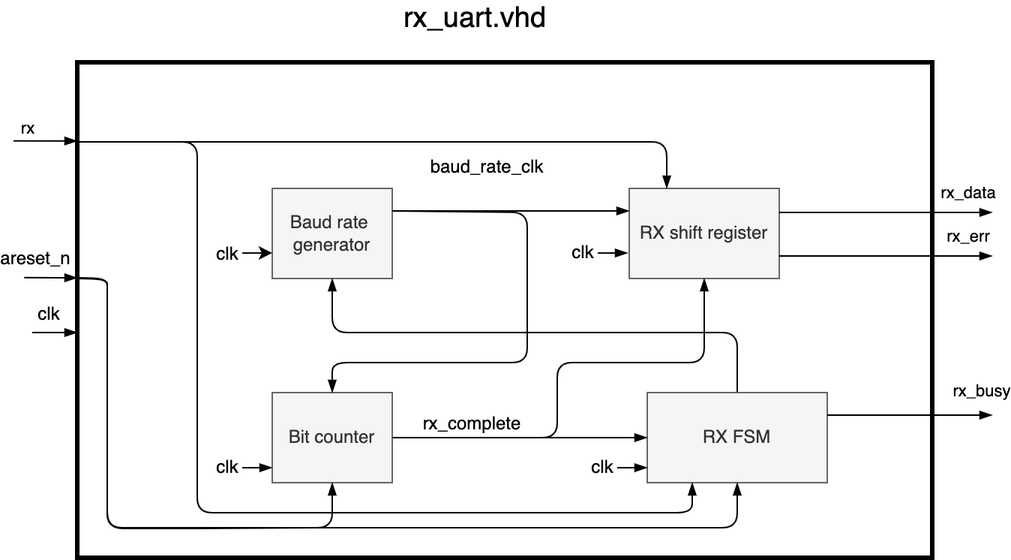
Earlier version of the draw.io export fys4220-jbook/graphics/project_rx_uart_architecture.png (fys4220/fys4220.github.io). Source tidied: cells renumbered, new cells last; positions are measured from the earlier drawing's top-left corner, leaving out a move shared by most shapes.
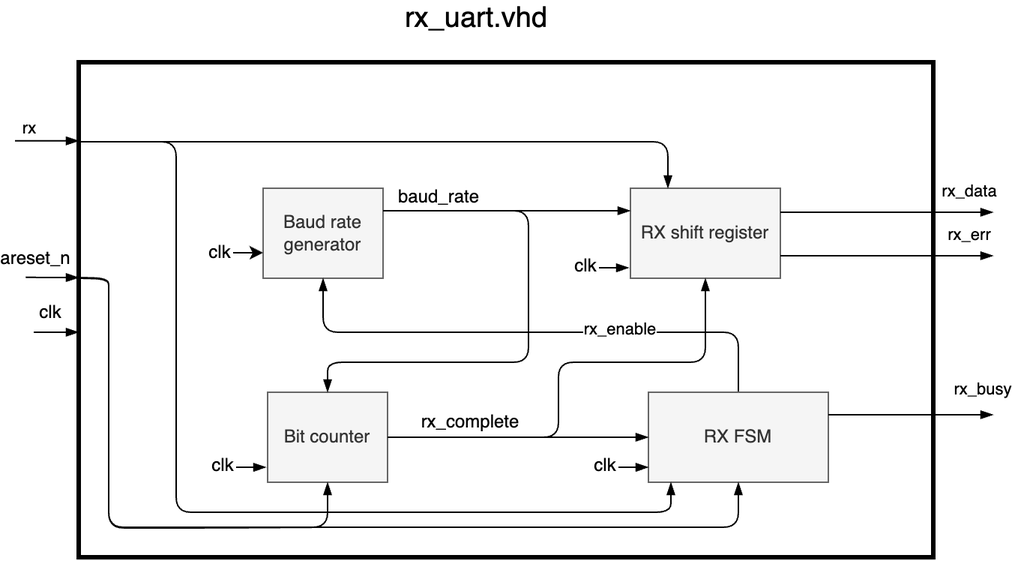
After the commit.

Diff of the diagram source:
```diff
@@ -6,10 +6,10 @@
       <mxGeometry x="42" y="40" width="570" height="330" as="geometry" />
     </mxCell>
     <mxCell id="3" value="Baud rate &lt;br&gt;generator" style="rounded=0;whiteSpace=wrap;html=1;fillColor=#f5f5f5;fontColor=#333333;strokeColor=#666666;" parent="1" vertex="1">
-      <mxGeometry x="172" y="124" width="80" height="60" as="geometry" />
+      <mxGeometry x="165" y="124" width="80" height="60" as="geometry" />
     </mxCell>
     <mxCell id="4" value="Bit counter" style="rounded=0;whiteSpace=wrap;html=1;fillColor=#f5f5f5;fontColor=#333333;strokeColor=#666666;" parent="1" vertex="1">
-      <mxGeometry x="172" y="260" width="80" height="60" as="geometry" />
+      <mxGeometry x="168" y="260" width="80" height="60" as="geometry" />
     </mxCell>
     <mxCell id="5" value="RX shift register" style="rounded=0;whiteSpace=wrap;html=1;fillColor=#f5f5f5;fontColor=#333333;strokeColor=#666666;" parent="1" vertex="1">
       <mxGeometry x="410" y="124" width="100" height="60" as="geometry" />
@@ -19,10 +19,13 @@
         <Array as="points">
           <mxPoint x="482" y="220" />
           <mxPoint x="362" y="220" />
-          <mxPoint x="212" y="220" />
+          <mxPoint x="205" y="220" />
         </Array>
       </mxGeometry>
     </mxCell>
+    <mxCell id="39" value="rx_enable" style="edgeLabel;html=1;align=center;verticalAlign=middle;" parent="6" vertex="1">
+      <mxGeometry x="-0.32" y="-2" relative="1" as="geometry" />
+    </mxCell>
     <mxCell id="7" value="RX FSM" style="rounded=0;whiteSpace=wrap;html=1;fillColor=#f5f5f5;fontColor=#333333;strokeColor=#666666;" parent="1" vertex="1">
       <mxGeometry x="422" y="260" width="120" height="60" as="geometry" />
     </mxCell>
@@ -69,21 +72,21 @@
     <mxCell id="16" style="edgeStyle=none;rounded=1;html=1;entryX=0.5;entryY=0;entryDx=0;entryDy=0;fontSize=10;endArrow=blockThin;endFill=1;strokeColor=default;strokeWidth=1;exitX=1;exitY=0.25;exitDx=0;exitDy=0;" parent="1" edge="1" source="3" target="4">
       <mxGeometry relative="1" as="geometry">
         <Array as="points">
-          <mxPoint x="342" y="140" />
+          <mxPoint x="342" y="139" />
           <mxPoint x="342" y="240" />
-          <mxPoint x="212" y="240" />
+          <mxPoint x="208" y="240" />
         </Array>
       </mxGeometry>
     </mxCell>
-    <mxCell id="17" value="&lt;font style=&quot;font-size: 12px&quot;&gt;baud_rate_clk&lt;/font&gt;" style="edgeLabel;html=1;align=center;verticalAlign=middle;fontSize=10;" parent="16" vertex="1">
+    <mxCell id="17" value="&lt;font style=&quot;font-size: 12px&quot;&gt;baud_rate&lt;br&gt;&lt;/font&gt;" style="edgeLabel;html=1;align=center;verticalAlign=middle;fontSize=10;" parent="16" vertex="1">
       <mxGeometry x="-0.67" y="1" relative="1" as="geometry">
-        <mxPoint x="5" y="-29" as="offset" />
+        <mxPoint x="-22" y="-8" as="offset" />
       </mxGeometry>
     </mxCell>
     <mxCell id="18" style="endArrow=classic;html=1;rounded=1;fontSize=10;strokeColor=default;strokeWidth=1;entryX=0;entryY=0.5;entryDx=0;entryDy=0;" parent="1" edge="1">
       <mxGeometry relative="1" as="geometry">
-        <mxPoint x="152" y="167.1" as="sourcePoint" />
-        <mxPoint x="172" y="167" as="targetPoint" />
+        <mxPoint x="145" y="167.1" as="sourcePoint" />
+        <mxPoint x="165" y="167" as="targetPoint" />
       </mxGeometry>
     </mxCell>
     <mxCell id="19" value="&lt;font style=&quot;font-size: 12px&quot;&gt;clk&lt;/font&gt;" style="edgeLabel;html=1;align=center;verticalAlign=middle;fontSize=10;" parent="18" vertex="1">
@@ -93,8 +96,8 @@
     </mxCell>
     <mxCell id="20" style="endArrow=blockThin;html=1;rounded=1;fontSize=10;strokeColor=default;strokeWidth=1;entryX=0;entryY=0.5;entryDx=0;entryDy=0;endFill=1;" parent="1" edge="1">
       <mxGeometry relative="1" as="geometry">
-        <mxPoint x="152" y="310.1" as="sourcePoint" />
-        <mxPoint x="172" y="310" as="targetPoint" />
+        <mxPoint x="147" y="310.1" as="sourcePoint" />
+        <mxPoint x="167" y="310" as="targetPoint" />
       </mxGeometry>
     </mxCell>
     <mxCell id="21" value="&lt;font style=&quot;font-size: 12px&quot;&gt;clk&lt;/font&gt;" style="edgeLabel;html=1;align=center;verticalAlign=middle;fontSize=10;" parent="20" vertex="1">
@@ -115,8 +118,8 @@
     </mxCell>
     <mxCell id="24" style="endArrow=blockThin;html=1;rounded=1;fontSize=10;strokeColor=default;strokeWidth=1;entryX=0;entryY=0.5;entryDx=0;entryDy=0;endFill=1;" parent="1" edge="1">
       <mxGeometry relative="1" as="geometry">
-        <mxPoint x="389" y="167.1" as="sourcePoint" />
-        <mxPoint x="409" y="167" as="targetPoint" />
+        <mxPoint x="389" y="177.1" as="sourcePoint" />
+        <mxPoint x="409" y="177" as="targetPoint" />
       </mxGeometry>
     </mxCell>
     <mxCell id="25" value="&lt;font style=&quot;font-size: 12px&quot;&gt;clk&lt;/font&gt;" style="edgeLabel;html=1;align=center;verticalAlign=middle;fontSize=10;" parent="24" vertex="1">
@@ -168,16 +171,17 @@
         <mxPoint y="-9" as="offset" />
       </mxGeometry>
     </mxCell>
-    <mxCell id="33" style="endArrow=none;html=1;rounded=1;strokeColor=default;strokeWidth=1;endFill=0;startArrow=blockThin;startFill=1;exitX=0.25;exitY=1;exitDx=0;exitDy=0;" parent="1" edge="1" source="7">
+    <mxCell id="33" style="endArrow=none;html=1;rounded=1;strokeColor=default;strokeWidth=1;endFill=0;startArrow=blockThin;startFill=1;exitX=0.25;exitY=1;exitDx=0;exitDy=0;" parent="1" edge="1">
       <mxGeometry x="-1" y="10" relative="1" as="geometry">
+        <mxPoint x="437" y="320" as="sourcePoint" />
         <mxPoint x="42" y="93" as="targetPoint" />
         <Array as="points">
-          <mxPoint x="452" y="340" />
-          <mxPoint x="282" y="340" />
-          <mxPoint x="122" y="340" />
-          <mxPoint x="122" y="220" />
-          <mxPoint x="122" y="150" />
-          <mxPoint x="122" y="93" />
+          <mxPoint x="437" y="340" />
+          <mxPoint x="267" y="340" />
+          <mxPoint x="107" y="340" />
+          <mxPoint x="107" y="220" />
+          <mxPoint x="107" y="150" />
+          <mxPoint x="107" y="93" />
         </Array>
       </mxGeometry>
     </mxCell>
@@ -224,7 +228,7 @@
       <mxGeometry x="-1" y="10" relative="1" as="geometry">
         <mxPoint x="42" y="184" as="targetPoint" />
         <Array as="points">
-          <mxPoint x="212" y="350" />
+          <mxPoint x="208" y="350" />
           <mxPoint x="132" y="350.4" />
           <mxPoint x="62" y="350.4" />
           <mxPoint x="62" y="270.4" />
```
